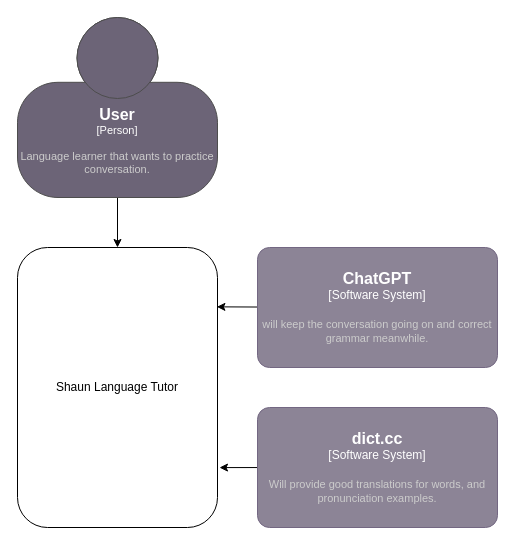
This is docs/C4 model/context.drawio from diegobahamondez/shaun-language-tutor, a draw.io file, before an edit. Source tidied: cells renumbered, new cells numbered last; positions are measured from the earlier drawing's top-left corner, leaving out a move shared by most shapes. Both pictures are drawn from the tidied source at 100%, with x=0, y=0 at pixel (17, 17).
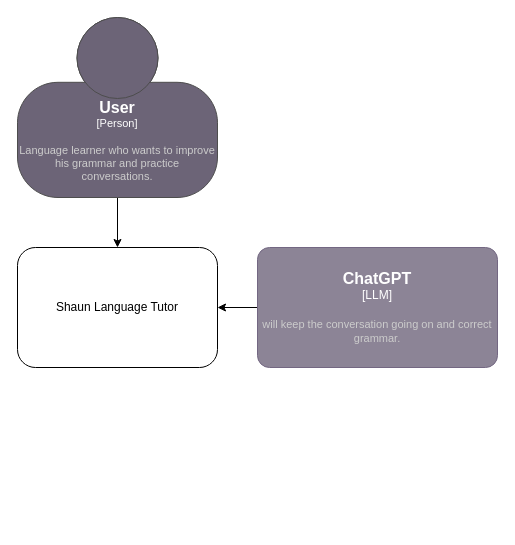
After the change.

The edit, as a diff of the source:
```diff
@@
 <mxGraphModel>
   <root>
     <mxCell id="0" />
     <mxCell id="1" parent="0" />
     <mxCell id="2" value="Shaun Language Tutor" style="rounded=1;whiteSpace=wrap;html=1;" parent="1" vertex="1">
-      <mxGeometry y="230" width="200" height="280" as="geometry" />
+      <mxGeometry y="230" width="200" height="120" as="geometry" />
     </mxCell>
     <mxCell id="3" style="edgeStyle=none;html=1;" parent="1" edge="1" source="4" target="2">
       <mxGeometry relative="1" as="geometry" />
     </mxCell>
-    <object id="4" label="&lt;font style=&quot;font-size: 16px&quot;&gt;&lt;b&gt;%c4Name%&lt;/b&gt;&lt;/font&gt;&lt;div&gt;[%c4Type%]&lt;/div&gt;&lt;br&gt;&lt;div&gt;&lt;font style=&quot;font-size: 11px&quot;&gt;&lt;font color=&quot;#cccccc&quot;&gt;%c4Description%&lt;/font&gt;&lt;/div&gt;" c4Description="Language learner that wants to practice conversation." c4Name="User" c4Type="Person" placeholders="1">
+    <object id="4" label="&lt;font style=&quot;font-size: 16px&quot;&gt;&lt;b&gt;%c4Name%&lt;/b&gt;&lt;/font&gt;&lt;div&gt;[%c4Type%]&lt;/div&gt;&lt;br&gt;&lt;div&gt;&lt;font style=&quot;font-size: 11px&quot;&gt;&lt;font color=&quot;#cccccc&quot;&gt;%c4Description%&lt;/font&gt;&lt;/div&gt;" c4Description="Language learner who wants to improve his grammar and practice conversations." c4Name="User" c4Type="Person" placeholders="1">
       <mxCell style="html=1;fontSize=11;dashed=0;whiteSpace=wrap;fillColor=#6C6477;strokeColor=#4D4D4D;fontColor=#ffffff;shape=mxgraph.c4.person2;align=center;points=[[0.5,0,0],[1,0.5,0],[1,0.75,0],[0.75,1,0],[0.5,1,0],[0.25,1,0],[0,0.75,0],[0,0.5,0]];" parent="1" vertex="1">
         <mxGeometry width="200" height="180" as="geometry" />
       </mxCell>
     </object>
-    <mxCell id="5" style="edgeStyle=none;html=1;entryX=0.997;entryY=0.212;entryDx=0;entryDy=0;entryPerimeter=0;" parent="1" edge="1" source="6" target="2">
+    <mxCell id="5" style="edgeStyle=none;html=1;" parent="1" edge="1" source="6" target="2">
       <mxGeometry relative="1" as="geometry" />
     </mxCell>
-    <object id="6" label="&lt;font style=&quot;font-size: 16px&quot;&gt;&lt;b&gt;%c4Name%&lt;/b&gt;&lt;/font&gt;&lt;div&gt;[%c4Type%]&lt;/div&gt;&lt;br&gt;&lt;div&gt;&lt;font style=&quot;font-size: 11px&quot;&gt;&lt;font color=&quot;#cccccc&quot;&gt;%c4Description%&lt;/font&gt;&lt;/div&gt;" c4Description="will keep the conversation going on and correct grammar meanwhile." c4Name="ChatGPT" c4Type="Software System" placeholders="1">
+    <object id="6" label="&lt;font style=&quot;font-size: 16px&quot;&gt;&lt;b&gt;%c4Name%&lt;/b&gt;&lt;/font&gt;&lt;div&gt;[%c4Type%]&lt;/div&gt;&lt;br&gt;&lt;div&gt;&lt;font style=&quot;font-size: 11px&quot;&gt;&lt;font color=&quot;#cccccc&quot;&gt;%c4Description%&lt;/font&gt;&lt;/div&gt;" c4Description="will keep the conversation going on and correct grammar." c4Name="ChatGPT" c4Type="LLM" placeholders="1">
       <mxCell style="rounded=1;whiteSpace=wrap;html=1;labelBackgroundColor=none;fillColor=#8C8496;fontColor=#ffffff;align=center;arcSize=10;strokeColor=#736782;points=[[0.25,0,0],[0.5,0,0],[0.75,0,0],[1,0.25,0],[1,0.5,0],[1,0.75,0],[0.75,1,0],[0.5,1,0],[0.25,1,0],[0,0.75,0],[0,0.5,0],[0,0.25,0]];" parent="1" vertex="1">
         <mxGeometry x="240" y="230" width="240" height="120" as="geometry" />
       </mxCell>
     </object>
-    <mxCell id="7" style="edgeStyle=none;html=1;entryX=1.01;entryY=0.786;entryDx=0;entryDy=0;entryPerimeter=0;" parent="1" edge="1" source="8" target="2">
-      <mxGeometry relative="1" as="geometry" />
-    </mxCell>
-    <object id="8" label="&lt;font style=&quot;font-size: 16px&quot;&gt;&lt;b&gt;%c4Name%&lt;/b&gt;&lt;/font&gt;&lt;div&gt;[%c4Type%]&lt;/div&gt;&lt;br&gt;&lt;div&gt;&lt;font style=&quot;font-size: 11px&quot;&gt;&lt;font color=&quot;#cccccc&quot;&gt;%c4Description%&lt;/font&gt;&lt;/div&gt;" c4Description="Will provide good translations for words, and pronunciation examples." c4Name="dict.cc" c4Type="Software System" placeholders="1">
-      <mxCell style="rounded=1;whiteSpace=wrap;html=1;labelBackgroundColor=none;fillColor=#8C8496;fontColor=#ffffff;align=center;arcSize=10;strokeColor=#736782;points=[[0.25,0,0],[0.5,0,0],[0.75,0,0],[1,0.25,0],[1,0.5,0],[1,0.75,0],[0.75,1,0],[0.5,1,0],[0.25,1,0],[0,0.75,0],[0,0.5,0],[0,0.25,0]];" parent="1" vertex="1">
-        <mxGeometry x="240" y="390" width="240" height="120" as="geometry" />
-      </mxCell>
-    </object>
   </root>
 </mxGraphModel>
```
